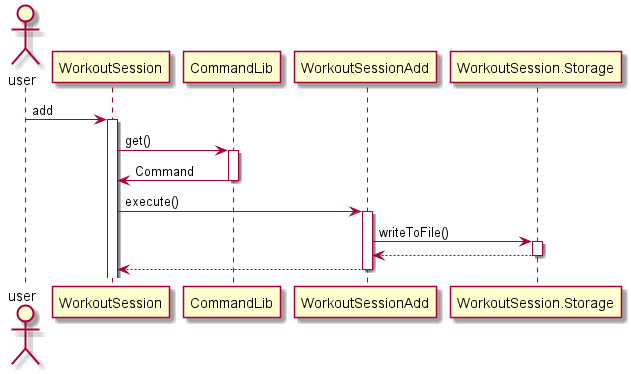
The PlantUML diagram docs/pictures/jinyang/WorkoutSessionAdd.png in zsk612/tp, before a commit. The source it was exported from:
```plantuml
@startuml
actor user
user -> WorkoutSession : add
activate WorkoutSession

WorkoutSession -> CommandLib : get()
activate CommandLib
CommandLib -> WorkoutSession : Command
deactivate CommandLib

WorkoutSession -> WorkoutSessionAdd : execute()
activate WorkoutSessionAdd

WorkoutSessionAdd -> WorkoutSession.Storage : writeToFile()
activate WorkoutSession.Storage
WorkoutSession.Storage --> WorkoutSessionAdd
deactivate WorkoutSession.Storage

WorkoutSessionAdd --> WorkoutSession
deactivate WorkoutSessionAdd
@enduml
```
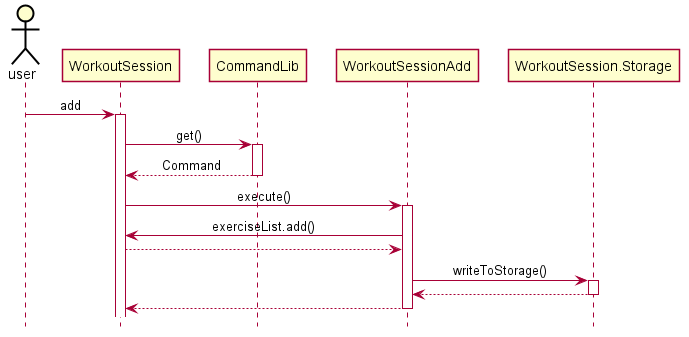
The same diagram one commit later.

Commit message:
Update DG for workout session

Change to the diagram source:
```diff
@@ -1,17 +1,60 @@
 @startuml
+
+
+
+
+
+skinparam Class {
+    FontColor #FFFFFF
+    BorderThickness 1
+    BorderColor #FFFFFF
+    StereotypeFontColor #FFFFFF
+    FontName Arial
+}
+
+skinparam Actor {
+    BorderColor #000000
+    Color #000000
+    FontName Arial
+}
+
+skinparam Sequence {
+    MessageAlign center
+    BoxFontSize 13
+    BoxPadding 0
+    BoxFontColor #FFFFFF
+    FontName Arial
+}
+
+skinparam Participant {
+    Padding 20
+}
+
+skinparam MinClassWidth 50
+skinparam ParticipantPadding 10
+skinparam Shadowing false
+skinparam DefaultTextAlignment center
+skinparam packageStyle Rectangle
+skinparam BackgroundColor #FFFFFFF
+
+hide footbox
+hide members
+hide circle
+
 actor user
 user -> WorkoutSession : add
 activate WorkoutSession
 
 WorkoutSession -> CommandLib : get()
 activate CommandLib
-CommandLib -> WorkoutSession : Command
+CommandLib --> WorkoutSession : Command
 deactivate CommandLib
 
 WorkoutSession -> WorkoutSessionAdd : execute()
 activate WorkoutSessionAdd
-
-WorkoutSessionAdd -> WorkoutSession.Storage : writeToFile()
+WorkoutSessionAdd-> WorkoutSession : exerciseList.add()
+WorkoutSession --> WorkoutSessionAdd
+WorkoutSessionAdd -> WorkoutSession.Storage : writeToStorage()
 activate WorkoutSession.Storage
 WorkoutSession.Storage --> WorkoutSessionAdd
 deactivate WorkoutSession.Storage
```
